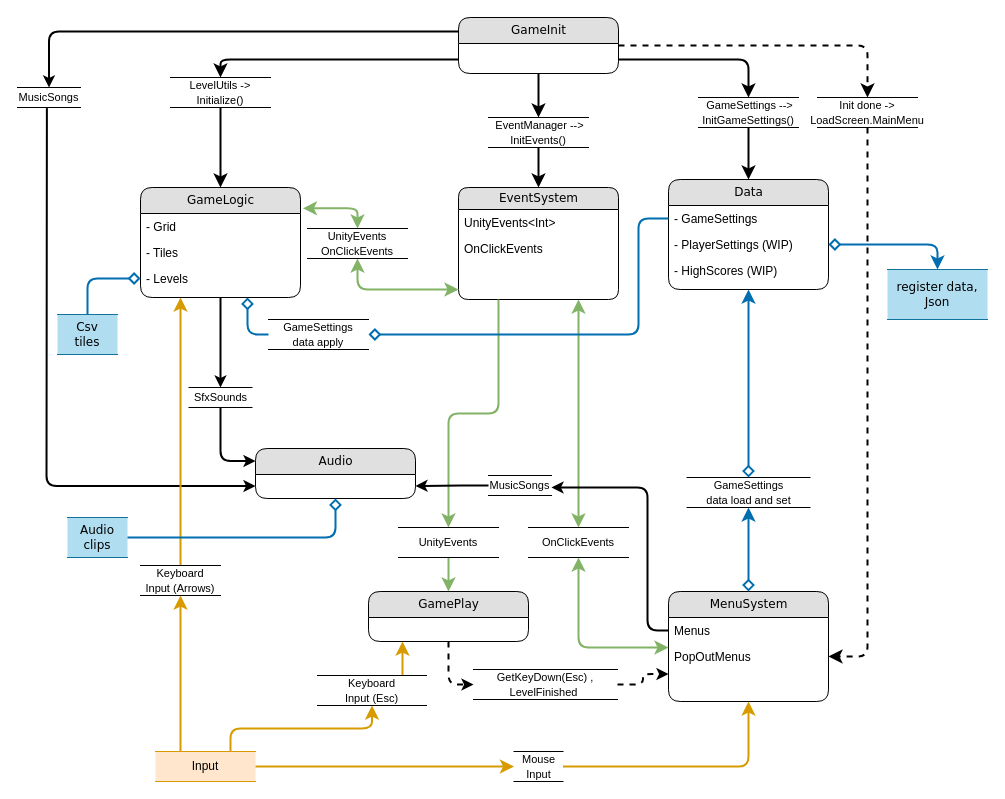
Above: page "GeneralOverview" (1 of 4) of Assets/Documents/Architecture.drawio in Pajkis/Veverka (draw.io), before the change. Source tidied: cells renumbered, new cells numbered last; positions are measured from the earlier drawing's top-left corner, leaving out a move shared by most shapes. Both pictures are drawn from the tidied source at 100%, with x=0, y=0 at pixel (17, 17).
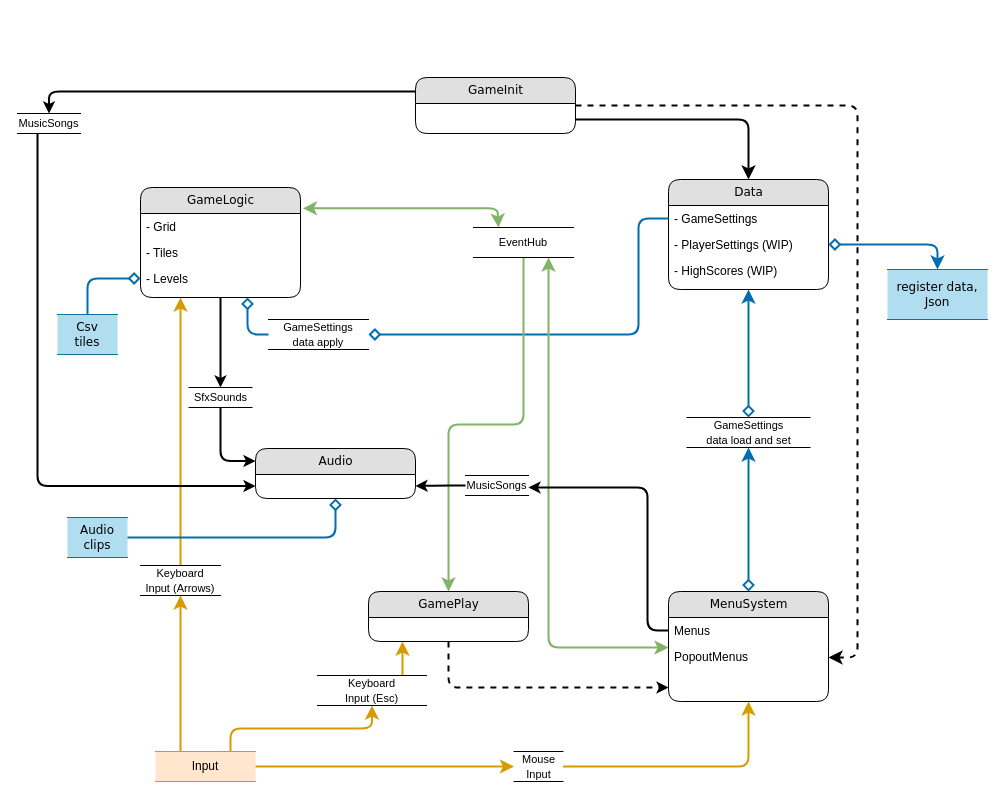
Above is the later version.

Unchanged cells that the change refers to:
```xml
<mxCell id="3" value="GameLogic" style="swimlane;html=1;fontStyle=0;horizontal=1;startSize=26;fillColor=#e0e0e0;swimlaneFillColor=#ffffff;align=center;rounded=1;shadow=0;comic=0;labelBackgroundColor=none;strokeWidth=1;fontFamily=Verdana;fontSize=12;" parent="1" vertex="1">
  <mxGeometry x="123" y="170" width="160" height="110" as="geometry" />
</mxCell>
<mxCell id="9" value="MenuSystem" style="swimlane;html=1;fontStyle=0;horizontal=1;startSize=26;fillColor=#e0e0e0;swimlaneFillColor=#ffffff;align=center;rounded=1;shadow=0;comic=0;labelBackgroundColor=none;strokeWidth=1;fontFamily=Verdana;fontSize=12;" parent="1" vertex="1">
  <mxGeometry x="651" y="574" width="160" height="110" as="geometry" />
</mxCell>
<mxCell id="13" value="GamePlay" style="swimlane;html=1;fontStyle=0;horizontal=1;startSize=26;fillColor=#e0e0e0;swimlaneFillColor=#ffffff;align=center;rounded=1;shadow=0;comic=0;labelBackgroundColor=none;strokeWidth=1;fontFamily=Verdana;fontSize=12;" parent="1" vertex="1">
  <mxGeometry x="351" y="574" width="160" height="50" as="geometry" />
</mxCell>
<mxCell id="23" value="Audio" style="swimlane;html=1;fontStyle=0;horizontal=1;startSize=26;fillColor=#e0e0e0;swimlaneFillColor=#ffffff;align=center;rounded=1;shadow=0;comic=0;labelBackgroundColor=none;strokeWidth=1;fontFamily=Verdana;fontSize=12;" parent="1" vertex="1">
  <mxGeometry x="238" y="431" width="160" height="50" as="geometry" />
</mxCell>
<mxCell id="24" value="Data" style="swimlane;html=1;fontStyle=0;horizontal=1;startSize=26;fillColor=#e0e0e0;swimlaneFillColor=#ffffff;align=center;rounded=1;shadow=0;comic=0;labelBackgroundColor=none;strokeWidth=1;fontFamily=Verdana;fontSize=12;" parent="1" vertex="1">
  <mxGeometry x="651" y="162" width="160" height="110" as="geometry" />
</mxCell>
```

Diff of the diagram source:
```diff
@@
-    <mxCell id="7" style="edgeStyle=orthogonalEdgeStyle;rounded=1;jettySize=auto;html=1;exitX=0.466;exitY=1.056;exitDx=0;exitDy=0;entryX=0;entryY=0.75;entryDx=0;entryDy=0;strokeWidth=2;curved=0;exitPerimeter=0;" parent="1" edge="1" source="69" target="23">
-      <mxGeometry relative="1" as="geometry">
-        <Array as="points">
-          <mxPoint x="29" y="90" />
-          <mxPoint x="29" y="90" />
-          <mxPoint x="29" y="468" />
-        </Array>
-      </mxGeometry>
-    </mxCell>
     <mxCell id="8" value="GameInit" style="swimlane;html=1;fontStyle=0;horizontal=1;startSize=26;fillColor=#e0e0e0;swimlaneFillColor=#ffffff;align=center;rounded=1;shadow=0;comic=0;labelBackgroundColor=none;strokeWidth=1;fontFamily=Verdana;fontSize=12;" parent="1" vertex="1">
-      <mxGeometry x="441" width="160" height="56" as="geometry" />
+      <mxGeometry x="398" y="60" width="160" height="56" as="geometry" />
     </mxCell>
@@
-    <mxCell id="11" value="PopOutMenus" style="text;html=1;strokeColor=none;fillColor=none;spacingLeft=4;spacingRight=4;whiteSpace=wrap;overflow=hidden;points=[[0,0.5],[1,0.5]];portConstraint=eastwest;" parent="9" vertex="1">
+    <mxCell id="11" value="PopoutMenus" style="text;html=1;strokeColor=none;fillColor=none;spacingLeft=4;spacingRight=4;whiteSpace=wrap;overflow=hidden;points=[[0,0.5],[1,0.5]];portConstraint=eastwest;" parent="9" vertex="1">
       <mxGeometry y="52" width="160" height="26" as="geometry" />
     </mxCell>
-    <mxCell id="12" style="edgeStyle=orthogonalEdgeStyle;rounded=1;jettySize=auto;html=1;exitX=1;exitY=0.5;exitDx=0;exitDy=0;curved=0;strokeWidth=2;dashed=1;entryX=0;entryY=0.75;entryDx=0;entryDy=0;" parent="1" edge="1" source="63" target="9">
-      <mxGeometry relative="1" as="geometry" />
-    </mxCell>
@@
-    <mxCell id="14" style="edgeStyle=orthogonalEdgeStyle;shape=connector;rounded=1;jettySize=auto;html=1;entryX=0.5;entryY=0;entryDx=0;entryDy=0;strokeColor=#82b366;strokeWidth=2;align=center;verticalAlign=middle;fontFamily=Verdana;fontSize=12;fontColor=default;labelBackgroundColor=none;startFill=1;startSize=8;endArrow=classic;endFill=1;endSize=8;fillColor=#d5e8d4;startArrow=classic;exitX=0.75;exitY=1;exitDx=0;exitDy=0;" parent="1" edge="1" source="15" target="36">
-      <mxGeometry relative="1" as="geometry" />
-    </mxCell>
-    <mxCell id="15" value="EventSystem" style="swimlane;html=1;fontStyle=0;horizontal=1;startSize=22;fillColor=#e0e0e0;swimlaneFillColor=#ffffff;align=center;rounded=1;shadow=0;comic=0;labelBackgroundColor=none;strokeWidth=1;fontFamily=Verdana;fontSize=12;" parent="1" vertex="1">
-      <mxGeometry x="441" y="170" width="160" height="112" as="geometry" />
-    </mxCell>
-    <mxCell id="16" value="UnityEvents&amp;lt;Int&amp;gt;" style="text;html=1;strokeColor=none;fillColor=none;spacingLeft=4;spacingRight=4;whiteSpace=wrap;overflow=hidden;" parent="15" vertex="1">
-      <mxGeometry y="22" width="160" height="26" as="geometry" />
-    </mxCell>
-    <mxCell id="17" value="OnClickEvents" style="text;html=1;strokeColor=none;fillColor=none;spacingLeft=4;spacingRight=4;whiteSpace=wrap;overflow=hidden;" parent="15" vertex="1">
-      <mxGeometry y="48" width="160" height="26" as="geometry" />
-    </mxCell>
-    <mxCell id="18" style="edgeStyle=orthogonalEdgeStyle;html=1;labelBackgroundColor=none;startFill=0;startSize=8;endFill=1;endSize=8;fontFamily=Verdana;fontSize=12;entryX=1;entryY=0.5;entryDx=0;entryDy=0;strokeWidth=2;dashed=1;exitX=0.5;exitY=1;exitDx=0;exitDy=0;" parent="1" edge="1" source="61" target="11">
-      <mxGeometry relative="1" as="geometry">
-        <Array as="points">
-          <mxPoint x="850" y="639" />
-        </Array>
-      </mxGeometry>
-    </mxCell>
-    <mxCell id="19" style="edgeStyle=orthogonalEdgeStyle;html=1;labelBackgroundColor=none;startFill=0;startSize=8;endFill=1;endSize=8;fontFamily=Verdana;fontSize=12;fillColor=#d5e8d4;strokeColor=#82b366;strokeWidth=2;exitX=0.25;exitY=1;exitDx=0;exitDy=0;entryX=0.5;entryY=0;entryDx=0;entryDy=0;" parent="1" edge="1" source="15" target="38">
-      <mxGeometry relative="1" as="geometry" />
-    </mxCell>
-    <mxCell id="20" style="edgeStyle=orthogonalEdgeStyle;html=1;labelBackgroundColor=none;startFill=0;startSize=8;endFill=1;endSize=8;fontFamily=Verdana;fontSize=12;entryX=0.5;entryY=0;entryDx=0;entryDy=0;strokeWidth=2;" parent="1" edge="1" source="55" target="15">
-      <mxGeometry relative="1" as="geometry" />
-    </mxCell>
-    <mxCell id="21" style="edgeStyle=orthogonalEdgeStyle;html=1;exitX=0.5;exitY=1;entryX=0.5;entryY=0;labelBackgroundColor=none;startFill=0;startSize=8;endFill=1;endSize=8;fontFamily=Verdana;fontSize=12;exitDx=0;exitDy=0;entryDx=0;entryDy=0;fillColor=#e1d5e7;strokeColor=#000000;strokeWidth=2;" parent="1" edge="1" source="57" target="3">
-      <mxGeometry relative="1" as="geometry">
-        <Array as="points">
-          <mxPoint x="203" y="110" />
-          <mxPoint x="203" y="110" />
-        </Array>
-      </mxGeometry>
-    </mxCell>
-    <mxCell id="22" style="edgeStyle=elbowEdgeStyle;html=1;labelBackgroundColor=none;startFill=0;startSize=8;endFill=1;endSize=8;fontFamily=Verdana;fontSize=12;elbow=vertical;entryX=0.5;entryY=0;entryDx=0;entryDy=0;exitX=0.5;exitY=1;exitDx=0;exitDy=0;strokeWidth=2;" parent="1" edge="1" source="59" target="24">
-      <mxGeometry relative="1" as="geometry">
-        <Array as="points">
-          <mxPoint x="731" y="140" />
-        </Array>
-      </mxGeometry>
-    </mxCell>
@@
-    <mxCell id="35" style="edgeStyle=orthogonalEdgeStyle;shape=connector;rounded=1;jettySize=auto;html=1;strokeColor=#82b366;strokeWidth=2;align=center;verticalAlign=middle;fontFamily=Verdana;fontSize=12;fontColor=default;labelBackgroundColor=none;startFill=1;startSize=8;endArrow=classic;endFill=1;endSize=8;fillColor=#d5e8d4;startArrow=classic;" parent="1" edge="1" source="36" target="9">
+    <mxCell id="35" style="edgeStyle=orthogonalEdgeStyle;shape=connector;rounded=1;jettySize=auto;html=1;strokeColor=#82b366;strokeWidth=2;align=center;verticalAlign=middle;fontFamily=Verdana;fontSize=12;fontColor=default;labelBackgroundColor=none;startFill=1;startSize=8;endArrow=classic;endFill=1;endSize=8;fillColor=#d5e8d4;startArrow=classic;exitX=0.75;exitY=1;exitDx=0;exitDy=0;" parent="1" edge="1" source="75" target="9">
       <mxGeometry relative="1" as="geometry">
         <Array as="points">
-          <mxPoint x="561" y="630" />
+          <mxPoint x="531" y="630" />
         </Array>
       </mxGeometry>
     </mxCell>
-    <mxCell id="36" value="&lt;span style=&quot;font-size: 11px; text-wrap-mode: nowrap; background-color: rgb(255, 255, 255);&quot;&gt;OnClickEvents&lt;/span&gt;" style="shape=partialRectangle;whiteSpace=wrap;html=1;left=0;right=0;fillColor=none;" parent="1" vertex="1">
-      <mxGeometry x="511" y="510" width="100" height="30" as="geometry" />
-    </mxCell>
-    <mxCell id="37" style="edgeStyle=orthogonalEdgeStyle;shape=connector;rounded=1;jettySize=auto;html=1;entryX=0.5;entryY=0;entryDx=0;entryDy=0;strokeColor=#82b366;strokeWidth=2;align=center;verticalAlign=middle;fontFamily=Verdana;fontSize=12;fontColor=default;labelBackgroundColor=none;startFill=0;startSize=8;endArrow=classic;endFill=1;endSize=8;fillColor=#d5e8d4;" parent="1" edge="1" source="38" target="13">
+    <mxCell id="37" style="edgeStyle=orthogonalEdgeStyle;shape=connector;rounded=1;jettySize=auto;html=1;entryX=0.5;entryY=0;entryDx=0;entryDy=0;strokeColor=#82b366;strokeWidth=2;align=center;verticalAlign=middle;fontFamily=Verdana;fontSize=12;fontColor=default;labelBackgroundColor=none;startFill=0;startSize=8;endArrow=classic;endFill=1;endSize=8;fillColor=#d5e8d4;exitX=0.5;exitY=1;exitDx=0;exitDy=0;" parent="1" edge="1" source="75" target="13">
       <mxGeometry relative="1" as="geometry" />
     </mxCell>
-    <mxCell id="38" value="&lt;span style=&quot;font-size: 11px; text-wrap-mode: nowrap; background-color: rgb(255, 255, 255);&quot;&gt;UnityEvents&lt;/span&gt;" style="shape=partialRectangle;whiteSpace=wrap;html=1;left=0;right=0;fillColor=none;" parent="1" vertex="1">
-      <mxGeometry x="381" y="510" width="100" height="30" as="geometry" />
-    </mxCell>
-    <mxCell id="39" style="edgeStyle=orthogonalEdgeStyle;shape=connector;rounded=1;jettySize=auto;html=1;exitX=0.5;exitY=1;exitDx=0;exitDy=0;strokeColor=#82b366;strokeWidth=2;align=center;verticalAlign=middle;fontFamily=Verdana;fontSize=12;fontColor=default;labelBackgroundColor=none;startFill=1;startSize=8;endArrow=classic;endFill=1;endSize=8;startArrow=classic;fillColor=#d5e8d4;" parent="1" edge="1" source="40">
-      <mxGeometry relative="1" as="geometry">
-        <mxPoint x="441" y="272" as="targetPoint" />
-        <Array as="points">
-          <mxPoint x="340" y="272" />
-        </Array>
-      </mxGeometry>
-    </mxCell>
-    <mxCell id="40" value="&lt;span style=&quot;font-size: 11px; text-wrap-mode: nowrap; background-color: rgb(255, 255, 255);&quot;&gt;UnityEvents&lt;/span&gt;&lt;div&gt;&lt;span style=&quot;font-size: 11px; text-wrap-mode: nowrap; background-color: rgb(255, 255, 255);&quot;&gt;OnClickEvents&lt;/span&gt;&lt;/div&gt;" style="shape=partialRectangle;whiteSpace=wrap;html=1;left=0;right=0;fillColor=none;" parent="1" vertex="1">
-      <mxGeometry x="290" y="211" width="100" height="30" as="geometry" />
-    </mxCell>
-    <mxCell id="41" style="edgeStyle=orthogonalEdgeStyle;shape=connector;rounded=1;jettySize=auto;html=1;exitX=1.015;exitY=0.189;exitDx=0;exitDy=0;entryX=0.5;entryY=0;entryDx=0;entryDy=0;strokeColor=#82b366;strokeWidth=2;align=center;verticalAlign=middle;fontFamily=Verdana;fontSize=12;fontColor=default;labelBackgroundColor=none;startFill=1;startSize=8;endArrow=classic;endFill=1;endSize=8;exitPerimeter=0;startArrow=classic;fillColor=#d5e8d4;" parent="1" edge="1" source="3" target="40">
-      <mxGeometry relative="1" as="geometry" />
+    <mxCell id="41" style="edgeStyle=orthogonalEdgeStyle;shape=connector;rounded=1;jettySize=auto;html=1;exitX=1.015;exitY=0.189;exitDx=0;exitDy=0;strokeColor=#82b366;strokeWidth=2;align=center;verticalAlign=middle;fontFamily=Verdana;fontSize=12;fontColor=default;labelBackgroundColor=none;startFill=1;startSize=8;endArrow=classic;endFill=1;endSize=8;exitPerimeter=0;startArrow=classic;fillColor=#d5e8d4;entryX=0.25;entryY=0;entryDx=0;entryDy=0;" parent="1" edge="1" source="3" target="75">
+      <mxGeometry relative="1" as="geometry">
+        <Array as="points">
+          <mxPoint x="480" y="191" />
+        </Array>
+      </mxGeometry>
     </mxCell>
     <mxCell id="42" value="&lt;span style=&quot;font-size: 11px; text-wrap-mode: nowrap; background-color: rgb(255, 255, 255);&quot;&gt;GameSettings&lt;/span&gt;&lt;div&gt;&lt;span style=&quot;font-size: 11px; text-wrap-mode: nowrap; background-color: rgb(255, 255, 255);&quot;&gt;data load and set&lt;/span&gt;&lt;/div&gt;" style="shape=partialRectangle;whiteSpace=wrap;html=1;left=0;right=0;fillColor=none;" parent="1" vertex="1">
-      <mxGeometry x="669.5" y="460" width="123" height="30" as="geometry" />
+      <mxGeometry x="669.5" y="400" width="123" height="30" as="geometry" />
     </mxCell>
@@
-    <mxCell id="54" style="edgeStyle=orthogonalEdgeStyle;html=1;labelBackgroundColor=none;startFill=0;startSize=8;endFill=1;endSize=8;fontFamily=Verdana;fontSize=12;entryX=0.5;entryY=0;entryDx=0;entryDy=0;strokeWidth=2;" parent="1" edge="1" source="8" target="55">
-      <mxGeometry relative="1" as="geometry" />
-    </mxCell>
-    <mxCell id="55" value="&lt;span style=&quot;font-size: 11px; text-wrap-mode: nowrap; background-color: rgb(255, 255, 255);&quot;&gt;&amp;nbsp;EventManager --&amp;gt; &lt;br&gt;InitEvents()&lt;/span&gt;" style="shape=partialRectangle;whiteSpace=wrap;html=1;left=0;right=0;fillColor=none;" parent="1" vertex="1">
-      <mxGeometry x="471" y="100" width="100" height="30" as="geometry" />
-    </mxCell>
-    <mxCell id="56" style="edgeStyle=orthogonalEdgeStyle;html=1;exitX=0;exitY=0.75;entryX=0.5;entryY=0;labelBackgroundColor=none;startFill=0;startSize=8;endFill=1;endSize=8;fontFamily=Verdana;fontSize=12;exitDx=0;exitDy=0;entryDx=0;entryDy=0;fillColor=#e1d5e7;strokeColor=#000000;strokeWidth=2;" parent="1" edge="1" source="8" target="57">
-      <mxGeometry relative="1" as="geometry" />
-    </mxCell>
-    <mxCell id="57" value="&lt;span style=&quot;font-size: 11px; text-wrap-mode: nowrap; background-color: rgb(255, 255, 255);&quot;&gt;LevelUtils -&amp;gt;&lt;br&gt;Initialize()&lt;br&gt;&lt;/span&gt;" style="shape=partialRectangle;whiteSpace=wrap;html=1;left=0;right=0;fillColor=none;" parent="1" vertex="1">
-      <mxGeometry x="153" y="60" width="100" height="30" as="geometry" />
-    </mxCell>
-    <mxCell id="58" style="edgeStyle=elbowEdgeStyle;html=1;labelBackgroundColor=none;startFill=0;startSize=8;endFill=1;endSize=8;fontFamily=Verdana;fontSize=12;elbow=vertical;entryX=0.5;entryY=0;entryDx=0;entryDy=0;exitX=1;exitY=0.75;exitDx=0;exitDy=0;strokeWidth=2;" parent="1" edge="1" source="8" target="59">
+    <mxCell id="58" style="edgeStyle=elbowEdgeStyle;html=1;labelBackgroundColor=none;startFill=0;startSize=8;endFill=1;endSize=8;fontFamily=Verdana;fontSize=12;elbow=vertical;entryX=0.5;entryY=0;entryDx=0;entryDy=0;exitX=1;exitY=0.75;exitDx=0;exitDy=0;strokeWidth=2;" parent="1" edge="1" source="8" target="24">
       <mxGeometry relative="1" as="geometry">
         <Array as="points">
+          <mxPoint x="660" y="102" />
           <mxPoint x="670" y="42" />
         </Array>
       </mxGeometry>
     </mxCell>
-    <mxCell id="59" value="&lt;span style=&quot;font-size: 11px; text-wrap-mode: nowrap; background-color: rgb(255, 255, 255);&quot;&gt;&amp;nbsp;GameSettings --&amp;gt; &lt;br&gt;InitGameSettings()&lt;/span&gt;" style="shape=partialRectangle;whiteSpace=wrap;html=1;left=0;right=0;fillColor=none;" parent="1" vertex="1">
-      <mxGeometry x="681" y="80" width="100" height="30" as="geometry" />
-    </mxCell>
-    <mxCell id="60" style="edgeStyle=orthogonalEdgeStyle;html=1;labelBackgroundColor=none;startFill=0;startSize=8;endFill=1;endSize=8;fontFamily=Verdana;fontSize=12;entryX=0.5;entryY=0;entryDx=0;entryDy=0;strokeWidth=2;dashed=1;" parent="1" edge="1" source="8" target="61">
-      <mxGeometry relative="1" as="geometry" />
+    <mxCell id="60" style="edgeStyle=orthogonalEdgeStyle;html=1;labelBackgroundColor=none;startFill=0;startSize=8;endFill=1;endSize=8;fontFamily=Verdana;fontSize=12;strokeWidth=2;dashed=1;" parent="1" edge="1" source="8" target="9">
+      <mxGeometry relative="1" as="geometry">
+        <Array as="points">
+          <mxPoint x="840" y="88" />
+          <mxPoint x="840" y="640" />
+        </Array>
+      </mxGeometry>
     </mxCell>
-    <mxCell id="61" value="&lt;span style=&quot;font-size: 11px; text-wrap-mode: nowrap; background-color: rgb(255, 255, 255);&quot;&gt;Init done -&amp;gt;&lt;/span&gt;&lt;br style=&quot;font-size: 11px; text-wrap-mode: nowrap;&quot;&gt;&lt;span style=&quot;font-size: 11px; text-wrap-mode: nowrap; background-color: rgb(255, 255, 255);&quot;&gt;LoadScreen.MainMenu&lt;/span&gt;" style="shape=partialRectangle;whiteSpace=wrap;html=1;left=0;right=0;fillColor=none;" parent="1" vertex="1">
-      <mxGeometry x="800" y="80" width="100" height="30" as="geometry" />
-    </mxCell>
-    <mxCell id="62" style="edgeStyle=orthogonalEdgeStyle;rounded=1;jettySize=auto;html=1;exitX=0.5;exitY=1;exitDx=0;exitDy=0;entryX=0;entryY=0.5;entryDx=0;entryDy=0;curved=0;strokeWidth=2;dashed=1;" parent="1" edge="1" source="13" target="63">
-      <mxGeometry relative="1" as="geometry" />
+    <mxCell id="62" style="edgeStyle=orthogonalEdgeStyle;rounded=1;jettySize=auto;html=1;exitX=0.5;exitY=1;exitDx=0;exitDy=0;curved=0;strokeWidth=2;dashed=1;" parent="1" edge="1" source="13" target="9">
+      <mxGeometry relative="1" as="geometry">
+        <Array as="points">
+          <mxPoint x="431" y="670" />
+        </Array>
+      </mxGeometry>
     </mxCell>
-    <mxCell id="63" value="&lt;span style=&quot;font-size: 11px; text-wrap-mode: nowrap; background-color: rgb(255, 255, 255);&quot;&gt;GetKeyDown(Esc) ,&lt;/span&gt;&lt;br style=&quot;font-size: 11px; text-wrap-mode: nowrap;&quot;&gt;&lt;span style=&quot;font-size: 11px; text-wrap-mode: nowrap; background-color: rgb(255, 255, 255);&quot;&gt;LevelFinished&amp;nbsp;&lt;/span&gt;" style="shape=partialRectangle;whiteSpace=wrap;html=1;left=0;right=0;fillColor=none;" parent="1" vertex="1">
-      <mxGeometry x="456" y="652" width="144" height="30" as="geometry" />
-    </mxCell>
@@
+    <mxCell id="7" style="edgeStyle=orthogonalEdgeStyle;rounded=1;jettySize=auto;html=1;entryX=0;entryY=0.75;entryDx=0;entryDy=0;strokeWidth=2;curved=0;" parent="1" edge="1" source="69" target="23">
+      <mxGeometry relative="1" as="geometry">
+        <Array as="points">
+          <mxPoint x="20" y="469" />
+        </Array>
+      </mxGeometry>
+    </mxCell>
     <mxCell id="69" value="&lt;span style=&quot;font-size: 11px; text-wrap-mode: nowrap; background-color: rgb(255, 255, 255);&quot;&gt;MusicSongs&lt;/span&gt;" style="shape=partialRectangle;whiteSpace=wrap;html=1;left=0;right=0;fillColor=none;" parent="1" vertex="1">
-      <mxGeometry y="70" width="63" height="20" as="geometry" />
+      <mxGeometry y="96" width="63" height="20" as="geometry" />
     </mxCell>
@@
     <mxCell id="71" value="&lt;span style=&quot;font-size: 11px; text-wrap-mode: nowrap; background-color: rgb(255, 255, 255);&quot;&gt;MusicSongs&lt;/span&gt;" style="shape=partialRectangle;whiteSpace=wrap;html=1;left=0;right=0;fillColor=none;" parent="1" vertex="1">
-      <mxGeometry x="471" y="458" width="63" height="20" as="geometry" />
+      <mxGeometry x="448" y="458" width="63" height="20" as="geometry" />
     </mxCell>
@@
+    <mxCell id="75" value="&lt;span style=&quot;font-size: 11px; text-wrap-mode: nowrap; background-color: rgb(255, 255, 255);&quot;&gt;EventHub&lt;br&gt;&lt;/span&gt;" style="shape=partialRectangle;whiteSpace=wrap;html=1;left=0;right=0;fillColor=none;" parent="1" vertex="1">
+      <mxGeometry x="456" y="210" width="100" height="30" as="geometry" />
+    </mxCell>
```
